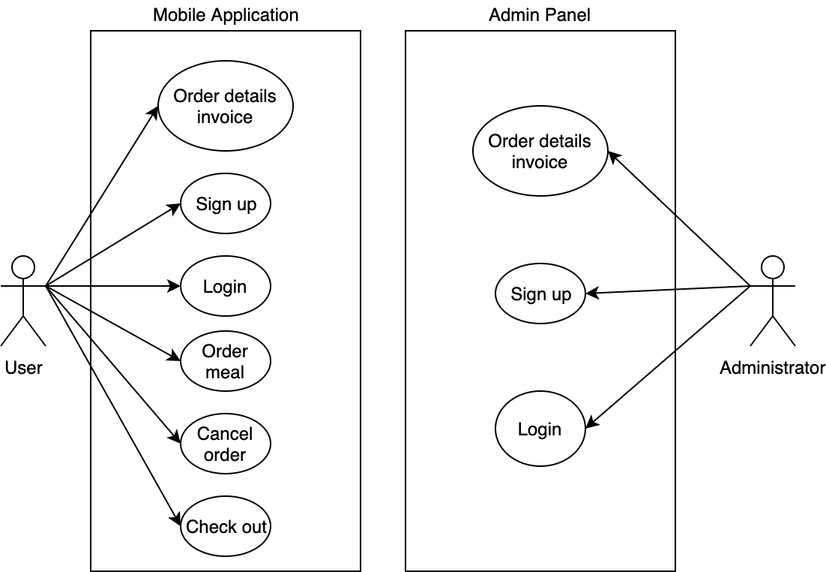
The draw.io diagram Requirements/media/use-case-diagram.png in imustafin/innopolis-express, before a commit. Source tidied: cells renumbered, new cells last; positions are measured from the earlier drawing's top-left corner, leaving out a move shared by most shapes.
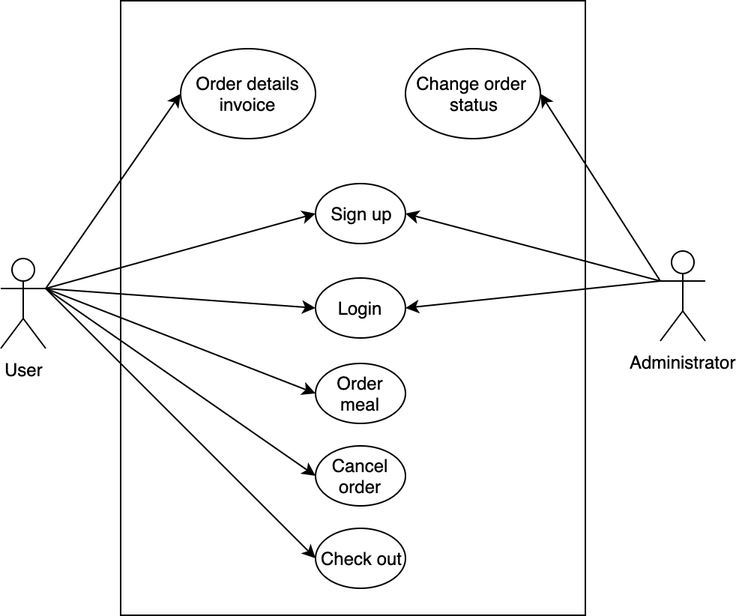
After the change.

Commit message:
Instead of separate scopes we have added admin's use case "Order Status Change" to overall system scope

Diff of the diagram source:
```diff
@@ -2,12 +2,9 @@
   <root>
     <mxCell id="0" />
     <mxCell id="1" parent="0" />
-    <mxCell id="2" style="rounded=0;whiteSpace=wrap;html=1;" parent="1" vertex="1">
-      <mxGeometry x="60" y="20" width="180" height="360" as="geometry" />
-    </mxCell>
-    <mxCell id="3" value="Mobile Application" style="text;html=1;align=center;verticalAlign=top;spacingTop=-4;" parent="1" vertex="1">
-      <mxGeometry x="95" width="110" height="20" as="geometry" />
-    </mxCell>
+    <mxCell id="26" style="rounded=0;whiteSpace=wrap;html=1;" parent="1" vertex="1">
+      <mxGeometry x="40" y="-2" width="310" height="410" as="geometry" />
+    </mxCell>
     <mxCell id="4" style="rounded=0;jettySize=auto;html=1;exitX=1;exitY=0.3333333333333333;exitDx=0;exitDy=0;exitPerimeter=0;entryX=0;entryY=0.5;entryDx=0;entryDy=0;" parent="1" edge="1" source="10" target="15">
       <mxGeometry relative="1" as="geometry" />
     </mxCell>
@@ -27,51 +24,39 @@
       <mxGeometry relative="1" as="geometry" />
     </mxCell>
     <mxCell id="10" value="User" style="shape=umlActor;html=1;verticalLabelPosition=bottom;verticalAlign=top;align=center;" parent="1" vertex="1">
-      <mxGeometry y="170" width="30" height="60" as="geometry" />
+      <mxGeometry x="-40" y="170" width="30" height="60" as="geometry" />
     </mxCell>
     <mxCell id="11" value="Administrator" style="shape=umlActor;html=1;verticalLabelPosition=bottom;verticalAlign=top;align=center;" parent="1" vertex="1">
-      <mxGeometry x="500" y="170" width="30" height="60" as="geometry" />
+      <mxGeometry x="400" y="165" width="30" height="60" as="geometry" />
     </mxCell>
-    <mxCell id="12" style="rounded=0;whiteSpace=wrap;html=1;" parent="1" vertex="1">
-      <mxGeometry x="270" y="20" width="180" height="360" as="geometry" />
-    </mxCell>
-    <mxCell id="13" value="Admin Panel" style="text;html=1;align=center;verticalAlign=top;spacingTop=-4;" parent="1" vertex="1">
-      <mxGeometry x="320" width="80" height="20" as="geometry" />
-    </mxCell>
     <mxCell id="14" value="Sign up" style="ellipse;whiteSpace=wrap;html=1;" parent="1" vertex="1">
-      <mxGeometry x="120" y="115" width="60" height="40" as="geometry" />
+      <mxGeometry x="170" y="120" width="60" height="40" as="geometry" />
     </mxCell>
     <mxCell id="15" value="Order details invoice" style="ellipse;whiteSpace=wrap;html=1;" parent="1" vertex="1">
-      <mxGeometry x="105" y="40" width="90" height="60" as="geometry" />
+      <mxGeometry x="80" y="30" width="90" height="60" as="geometry" />
     </mxCell>
     <mxCell id="16" value="Login" style="ellipse;whiteSpace=wrap;html=1;" parent="1" vertex="1">
-      <mxGeometry x="120" y="170" width="60" height="40" as="geometry" />
+      <mxGeometry x="170" y="183" width="60" height="40" as="geometry" />
     </mxCell>
-    <mxCell id="17" value="Sign up" style="ellipse;whiteSpace=wrap;html=1;" parent="1" vertex="1">
-      <mxGeometry x="330" y="175" width="60" height="40" as="geometry" />
-    </mxCell>
-    <mxCell id="18" value="Order details invoice" style="ellipse;whiteSpace=wrap;html=1;" parent="1" vertex="1">
-      <mxGeometry x="315" y="70" width="90" height="60" as="geometry" />
+    <mxCell id="18" value="Change order&amp;nbsp;&lt;br&gt;status" style="ellipse;whiteSpace=wrap;html=1;" parent="1" vertex="1">
+      <mxGeometry x="230" y="30" width="90" height="60" as="geometry" />
     </mxCell>
-    <mxCell id="19" value="Login" style="ellipse;whiteSpace=wrap;html=1;" parent="1" vertex="1">
-      <mxGeometry x="330" y="260" width="60" height="50" as="geometry" />
-    </mxCell>
     <mxCell id="20" value="Cancel order" style="ellipse;whiteSpace=wrap;html=1;" parent="1" vertex="1">
-      <mxGeometry x="120" y="275" width="60" height="40" as="geometry" />
+      <mxGeometry x="170" y="295" width="60" height="40" as="geometry" />
     </mxCell>
     <mxCell id="21" value="Check out" style="ellipse;whiteSpace=wrap;html=1;" parent="1" vertex="1">
-      <mxGeometry x="120" y="330" width="60" height="40" as="geometry" />
+      <mxGeometry x="170" y="350" width="60" height="40" as="geometry" />
     </mxCell>
     <mxCell id="22" value="Order meal" style="ellipse;whiteSpace=wrap;html=1;" parent="1" vertex="1">
-      <mxGeometry x="120" y="220" width="60" height="40" as="geometry" />
+      <mxGeometry x="170" y="240" width="60" height="40" as="geometry" />
     </mxCell>
     <mxCell id="23" style="edgeStyle=none;rounded=0;jettySize=auto;html=1;exitX=0;exitY=0.3333333333333333;exitDx=0;exitDy=0;exitPerimeter=0;entryX=1;entryY=0.5;entryDx=0;entryDy=0;" parent="1" edge="1" source="11" target="18">
       <mxGeometry relative="1" as="geometry" />
     </mxCell>
-    <mxCell id="24" style="edgeStyle=none;rounded=0;jettySize=auto;html=1;exitX=0;exitY=0.3333333333333333;exitDx=0;exitDy=0;exitPerimeter=0;entryX=1;entryY=0.5;entryDx=0;entryDy=0;" parent="1" edge="1" source="11" target="17">
+    <mxCell id="24" style="edgeStyle=none;rounded=0;jettySize=auto;html=1;exitX=0;exitY=0.3333333333333333;exitDx=0;exitDy=0;exitPerimeter=0;entryX=1;entryY=0.5;entryDx=0;entryDy=0;" parent="1" edge="1" source="11" target="14">
       <mxGeometry relative="1" as="geometry" />
     </mxCell>
-    <mxCell id="25" style="edgeStyle=none;rounded=0;jettySize=auto;html=1;exitX=0;exitY=0.3333333333333333;exitDx=0;exitDy=0;exitPerimeter=0;entryX=1;entryY=0.5;entryDx=0;entryDy=0;" parent="1" edge="1" source="11" target="19">
+    <mxCell id="25" style="edgeStyle=none;rounded=0;jettySize=auto;html=1;exitX=0;exitY=0.3333333333333333;exitDx=0;exitDy=0;exitPerimeter=0;entryX=1;entryY=0.5;entryDx=0;entryDy=0;" parent="1" edge="1" source="11" target="16">
       <mxGeometry relative="1" as="geometry" />
     </mxCell>
   </root>
```
